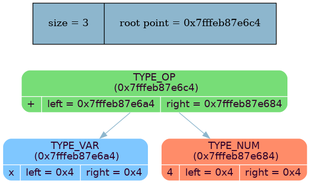
Earlier version of the Graphviz export dump_info/tree_dump.png (MaxGroshev/differentiator). Its source is kept beside it as dump_info/tree_dump.dot.
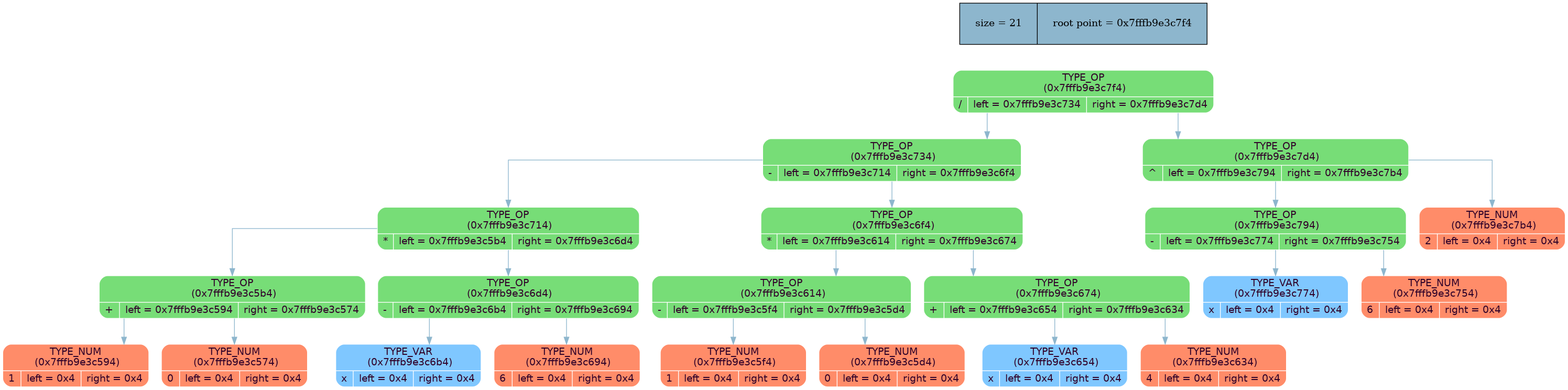
The same file after the commit.

The edit, as a diff of the source:
```diff
@@ -1,14 +1,50 @@
 digraph
 {
 rankdir = ""
-splines = "true"
+splines = "ortho"
 
-node_stat [margin = "0.3*0.3", style = "filled", shape = "record", fillcolor = "#8DB6CD" label = " size = 3 | root point = 0x4a4d364"]
+node_stat [margin = "0.3*0.3", style = "filled", shape = "record", fillcolor = "#8DB6CD" label = " size = 21 | root point = 0x7fffb9e3c7f4"]
 {rank = source; node_stat}
 
-node0x4a4d364 [shape = "Mrecord", fillcolor = "#77DD77", style = "filled", fontcolor = "#31032A", fontname = "Calibri", color = "white", label = "{TYPE_OP\n (0x4a4d364)| {+ |left = 0x4a4d304 |right = 0x4a4d2a4}}"]
-node0x4a4d364 -> node0x4a4d304 [color = "#8DB6CD", style = "", constraint = true, fillcolor = "#8DB6CD",   fontcolor = "", fontname = "Calibri", label = ""];
-node0x4a4d304 [shape = "Mrecord", fillcolor = "#7FC7FF", style = "filled", fontcolor = "#31032A", fontname = "Calibri", color = "white", label = "{TYPE_VAR\n (0x4a4d304)| {x |left = 0x4 |right = 0x4}}"]
-node0x4a4d364 -> node0x4a4d2a4 [color = "#8DB6CD", style = "", constraint = true, fillcolor = "#8DB6CD",   fontcolor = "", fontname = "Calibri", label = ""];
-node0x4a4d2a4 [shape = "Mrecord", fillcolor = "#FF8C69", style = "filled", fontcolor = "#31032A", fontname = "Calibri", color = "white", label = "{TYPE_NUM\n (0x4a4d2a4)| {4 |left = 0x4 |right = 0x4}}"]
+node0x7fffb9e3c7f4 [shape = "Mrecord", fillcolor = "#77DD77", style = "filled", fontcolor = "#31032A", fontname = "Calibri", color = "white", label = "{TYPE_OP\n (0x7fffb9e3c7f4)| {/ |left = 0x7fffb9e3c734 |right = 0x7fffb9e3c7d4}}"]
+node0x7fffb9e3c7f4 -> node0x7fffb9e3c734 [color = "#8DB6CD", style = "", constraint = true, fillcolor = "#8DB6CD",   fontcolor = "", fontname = "Calibri", label = ""];
+node0x7fffb9e3c734 [shape = "Mrecord", fillcolor = "#77DD77", style = "filled", fontcolor = "#31032A", fontname = "Calibri", color = "white", label = "{TYPE_OP\n (0x7fffb9e3c734)| {- |left = 0x7fffb9e3c714 |right = 0x7fffb9e3c6f4}}"]
+node0x7fffb9e3c734 -> node0x7fffb9e3c714 [color = "#8DB6CD", style = "", constraint = true, fillcolor = "#8DB6CD",   fontcolor = "", fontname = "Calibri", label = ""];
+node0x7fffb9e3c714 [shape = "Mrecord", fillcolor = "#77DD77", style = "filled", fontcolor = "#31032A", fontname = "Calibri", color = "white", label = "{TYPE_OP\n (0x7fffb9e3c714)| {* |left = 0x7fffb9e3c5b4 |right = 0x7fffb9e3c6d4}}"]
+node0x7fffb9e3c714 -> node0x7fffb9e3c5b4 [color = "#8DB6CD", style = "", constraint = true, fillcolor = "#8DB6CD",   fontcolor = "", fontname = "Calibri", label = ""];
+node0x7fffb9e3c5b4 [shape = "Mrecord", fillcolor = "#77DD77", style = "filled", fontcolor = "#31032A", fontname = "Calibri", color = "white", label = "{TYPE_OP\n (0x7fffb9e3c5b4)| {+ |left = 0x7fffb9e3c594 |right = 0x7fffb9e3c574}}"]
+node0x7fffb9e3c5b4 -> node0x7fffb9e3c594 [color = "#8DB6CD", style = "", constraint = true, fillcolor = "#8DB6CD",   fontcolor = "", fontname = "Calibri", label = ""];
+node0x7fffb9e3c594 [shape = "Mrecord", fillcolor = "#FF8C69", style = "filled", fontcolor = "#31032A", fontname = "Calibri", color = "white", label = "{TYPE_NUM\n (0x7fffb9e3c594)| {1 |left = 0x4 |right = 0x4}}"]
+node0x7fffb9e3c5b4 -> node0x7fffb9e3c574 [color = "#8DB6CD", style = "", constraint = true, fillcolor = "#8DB6CD",   fontcolor = "", fontname = "Calibri", label = ""];
+node0x7fffb9e3c574 [shape = "Mrecord", fillcolor = "#FF8C69", style = "filled", fontcolor = "#31032A", fontname = "Calibri", color = "white", label = "{TYPE_NUM\n (0x7fffb9e3c574)| {0 |left = 0x4 |right = 0x4}}"]
+node0x7fffb9e3c714 -> node0x7fffb9e3c6d4 [color = "#8DB6CD", style = "", constraint = true, fillcolor = "#8DB6CD",   fontcolor = "", fontname = "Calibri", label = ""];
+node0x7fffb9e3c6d4 [shape = "Mrecord", fillcolor = "#77DD77", style = "filled", fontcolor = "#31032A", fontname = "Calibri", color = "white", label = "{TYPE_OP\n (0x7fffb9e3c6d4)| {- |left = 0x7fffb9e3c6b4 |right = 0x7fffb9e3c694}}"]
+node0x7fffb9e3c6d4 -> node0x7fffb9e3c6b4 [color = "#8DB6CD", style = "", constraint = true, fillcolor = "#8DB6CD",   fontcolor = "", fontname = "Calibri", label = ""];
+node0x7fffb9e3c6b4 [shape = "Mrecord", fillcolor = "#7FC7FF", style = "filled", fontcolor = "#31032A", fontname = "Calibri", color = "white", label = "{TYPE_VAR\n (0x7fffb9e3c6b4)| {x |left = 0x4 |right = 0x4}}"]
+node0x7fffb9e3c6d4 -> node0x7fffb9e3c694 [color = "#8DB6CD", style = "", constraint = true, fillcolor = "#8DB6CD",   fontcolor = "", fontname = "Calibri", label = ""];
+node0x7fffb9e3c694 [shape = "Mrecord", fillcolor = "#FF8C69", style = "filled", fontcolor = "#31032A", fontname = "Calibri", color = "white", label = "{TYPE_NUM\n (0x7fffb9e3c694)| {6 |left = 0x4 |right = 0x4}}"]
+node0x7fffb9e3c734 -> node0x7fffb9e3c6f4 [color = "#8DB6CD", style = "", constraint = true, fillcolor = "#8DB6CD",   fontcolor = "", fontname = "Calibri", label = ""];
+node0x7fffb9e3c6f4 [shape = "Mrecord", fillcolor = "#77DD77", style = "filled", fontcolor = "#31032A", fontname = "Calibri", color = "white", label = "{TYPE_OP\n (0x7fffb9e3c6f4)| {* |left = 0x7fffb9e3c614 |right = 0x7fffb9e3c674}}"]
+node0x7fffb9e3c6f4 -> node0x7fffb9e3c614 [color = "#8DB6CD", style = "", constraint = true, fillcolor = "#8DB6CD",   fontcolor = "", fontname = "Calibri", label = ""];
+node0x7fffb9e3c614 [shape = "Mrecord", fillcolor = "#77DD77", style = "filled", fontcolor = "#31032A", fontname = "Calibri", color = "white", label = "{TYPE_OP\n (0x7fffb9e3c614)| {- |left = 0x7fffb9e3c5f4 |right = 0x7fffb9e3c5d4}}"]
+node0x7fffb9e3c614 -> node0x7fffb9e3c5f4 [color = "#8DB6CD", style = "", constraint = true, fillcolor = "#8DB6CD",   fontcolor = "", fontname = "Calibri", label = ""];
+node0x7fffb9e3c5f4 [shape = "Mrecord", fillcolor = "#FF8C69", style = "filled", fontcolor = "#31032A", fontname = "Calibri", color = "white", label = "{TYPE_NUM\n (0x7fffb9e3c5f4)| {1 |left = 0x4 |right = 0x4}}"]
+node0x7fffb9e3c614 -> node0x7fffb9e3c5d4 [color = "#8DB6CD", style = "", constraint = true, fillcolor = "#8DB6CD",   fontcolor = "", fontname = "Calibri", label = ""];
+node0x7fffb9e3c5d4 [shape = "Mrecord", fillcolor = "#FF8C69", style = "filled", fontcolor = "#31032A", fontname = "Calibri", color = "white", label = "{TYPE_NUM\n (0x7fffb9e3c5d4)| {0 |left = 0x4 |right = 0x4}}"]
+node0x7fffb9e3c6f4 -> node0x7fffb9e3c674 [color = "#8DB6CD", style = "", constraint = true, fillcolor = "#8DB6CD",   fontcolor = "", fontname = "Calibri", label = ""];
+node0x7fffb9e3c674 [shape = "Mrecord", fillcolor = "#77DD77", style = "filled", fontcolor = "#31032A", fontname = "Calibri", color = "white", label = "{TYPE_OP\n (0x7fffb9e3c674)| {+ |left = 0x7fffb9e3c654 |right = 0x7fffb9e3c634}}"]
+node0x7fffb9e3c674 -> node0x7fffb9e3c654 [color = "#8DB6CD", style = "", constraint = true, fillcolor = "#8DB6CD",   fontcolor = "", fontname = "Calibri", label = ""];
+node0x7fffb9e3c654 [shape = "Mrecord", fillcolor = "#7FC7FF", style = "filled", fontcolor = "#31032A", fontname = "Calibri", color = "white", label = "{TYPE_VAR\n (0x7fffb9e3c654)| {x |left = 0x4 |right = 0x4}}"]
+node0x7fffb9e3c674 -> node0x7fffb9e3c634 [color = "#8DB6CD", style = "", constraint = true, fillcolor = "#8DB6CD",   fontcolor = "", fontname = "Calibri", label = ""];
+node0x7fffb9e3c634 [shape = "Mrecord", fillcolor = "#FF8C69", style = "filled", fontcolor = "#31032A", fontname = "Calibri", color = "white", label = "{TYPE_NUM\n (0x7fffb9e3c634)| {4 |left = 0x4 |right = 0x4}}"]
+node0x7fffb9e3c7f4 -> node0x7fffb9e3c7d4 [color = "#8DB6CD", style = "", constraint = true, fillcolor = "#8DB6CD",   fontcolor = "", fontname = "Calibri", label = ""];
+node0x7fffb9e3c7d4 [shape = "Mrecord", fillcolor = "#77DD77", style = "filled", fontcolor = "#31032A", fontname = "Calibri", color = "white", label = "{TYPE_OP\n (0x7fffb9e3c7d4)| {^ |left = 0x7fffb9e3c794 |right = 0x7fffb9e3c7b4}}"]
+node0x7fffb9e3c7d4 -> node0x7fffb9e3c794 [color = "#8DB6CD", style = "", constraint = true, fillcolor = "#8DB6CD",   fontcolor = "", fontname = "Calibri", label = ""];
+node0x7fffb9e3c794 [shape = "Mrecord", fillcolor = "#77DD77", style = "filled", fontcolor = "#31032A", fontname = "Calibri", color = "white", label = "{TYPE_OP\n (0x7fffb9e3c794)| {- |left = 0x7fffb9e3c774 |right = 0x7fffb9e3c754}}"]
+node0x7fffb9e3c794 -> node0x7fffb9e3c774 [color = "#8DB6CD", style = "", constraint = true, fillcolor = "#8DB6CD",   fontcolor = "", fontname = "Calibri", label = ""];
+node0x7fffb9e3c774 [shape = "Mrecord", fillcolor = "#7FC7FF", style = "filled", fontcolor = "#31032A", fontname = "Calibri", color = "white", label = "{TYPE_VAR\n (0x7fffb9e3c774)| {x |left = 0x4 |right = 0x4}}"]
+node0x7fffb9e3c794 -> node0x7fffb9e3c754 [color = "#8DB6CD", style = "", constraint = true, fillcolor = "#8DB6CD",   fontcolor = "", fontname = "Calibri", label = ""];
+node0x7fffb9e3c754 [shape = "Mrecord", fillcolor = "#FF8C69", style = "filled", fontcolor = "#31032A", fontname = "Calibri", color = "white", label = "{TYPE_NUM\n (0x7fffb9e3c754)| {6 |left = 0x4 |right = 0x4}}"]
+node0x7fffb9e3c7d4 -> node0x7fffb9e3c7b4 [color = "#8DB6CD", style = "", constraint = true, fillcolor = "#8DB6CD",   fontcolor = "", fontname = "Calibri", label = ""];
+node0x7fffb9e3c7b4 [shape = "Mrecord", fillcolor = "#FF8C69", style = "filled", fontcolor = "#31032A", fontname = "Calibri", color = "white", label = "{TYPE_NUM\n (0x7fffb9e3c7b4)| {2 |left = 0x4 |right = 0x4}}"]
 }
```
